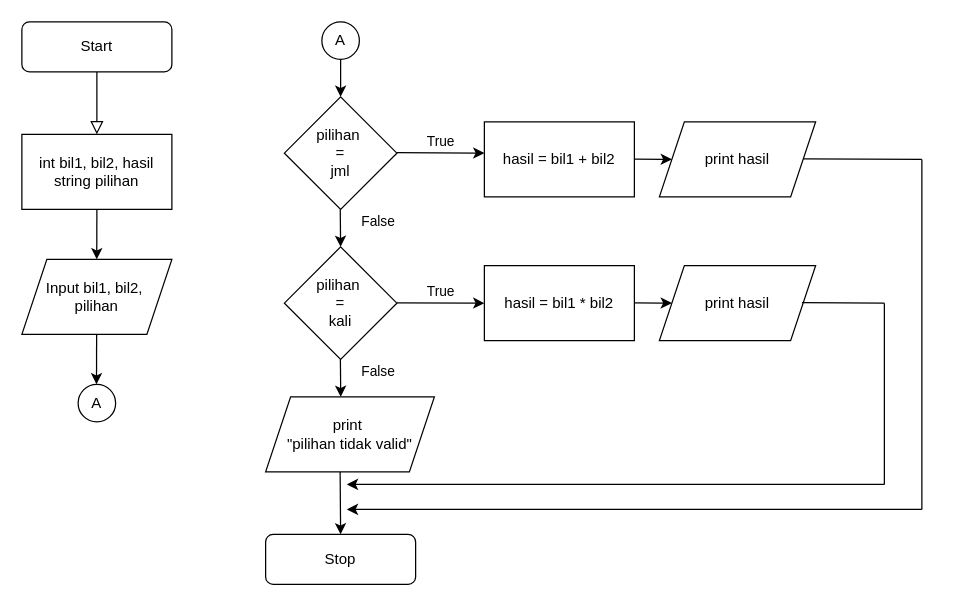
Above: Pemrograman/Flowchart/Flowchart 2 Bilangan.drawio in ArisHengkerPro/PENS (draw.io), before the change. Source tidied: cells renumbered, new cells numbered last; positions are measured from the earlier drawing's top-left corner, leaving out a move shared by most shapes. Both pictures are drawn from the tidied source at 125%, with x=0, y=0 at pixel (21, 21).
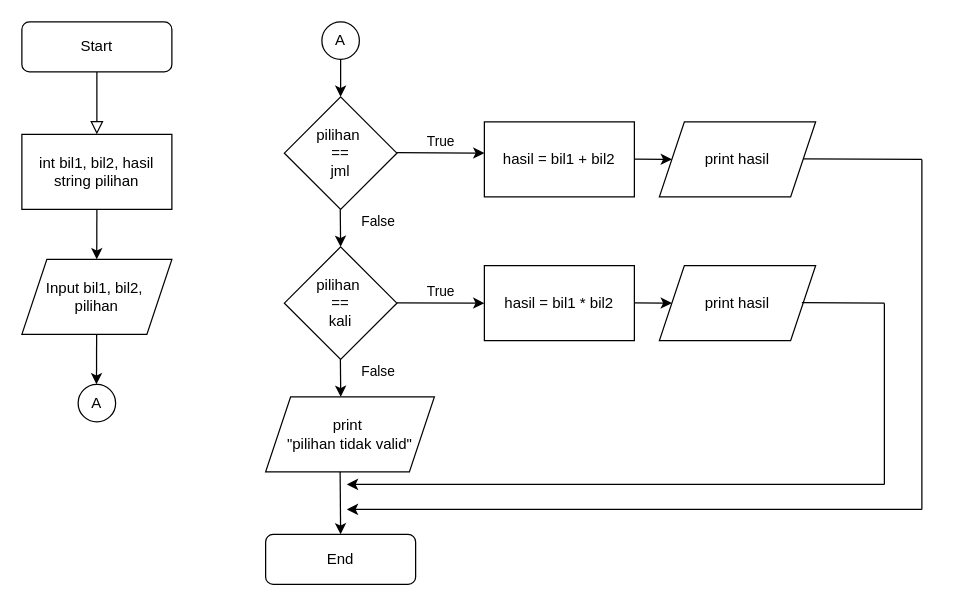
The same page after the edit.

What changed in the source:
```diff
@@
-    <mxCell id="7" value="pilihan&amp;nbsp;&lt;br&gt;=&lt;br&gt;jml" style="rhombus;whiteSpace=wrap;html=1;" parent="1" vertex="1">
+    <mxCell id="7" value="pilihan&amp;nbsp;&lt;br&gt;==&lt;br&gt;jml" style="rhombus;whiteSpace=wrap;html=1;" parent="1" vertex="1">
       <mxGeometry x="210" y="60" width="90" height="90" as="geometry" />
     </mxCell>
@@
-    <mxCell id="10" value="pilihan&amp;nbsp;&lt;br&gt;=&lt;br&gt;kali" style="rhombus;whiteSpace=wrap;html=1;" parent="1" vertex="1">
+    <mxCell id="10" value="pilihan&amp;nbsp;&lt;br&gt;==&lt;br&gt;kali" style="rhombus;whiteSpace=wrap;html=1;" parent="1" vertex="1">
       <mxGeometry x="210" y="180" width="90" height="90" as="geometry" />
     </mxCell>
@@
-    <mxCell id="20" value="Stop" style="rounded=1;whiteSpace=wrap;html=1;fontSize=12;glass=0;strokeWidth=1;shadow=0;" parent="1" vertex="1">
+    <mxCell id="20" value="End" style="rounded=1;whiteSpace=wrap;html=1;fontSize=12;glass=0;strokeWidth=1;shadow=0;" parent="1" vertex="1">
       <mxGeometry x="195" y="410" width="120" height="40" as="geometry" />
     </mxCell>
```
